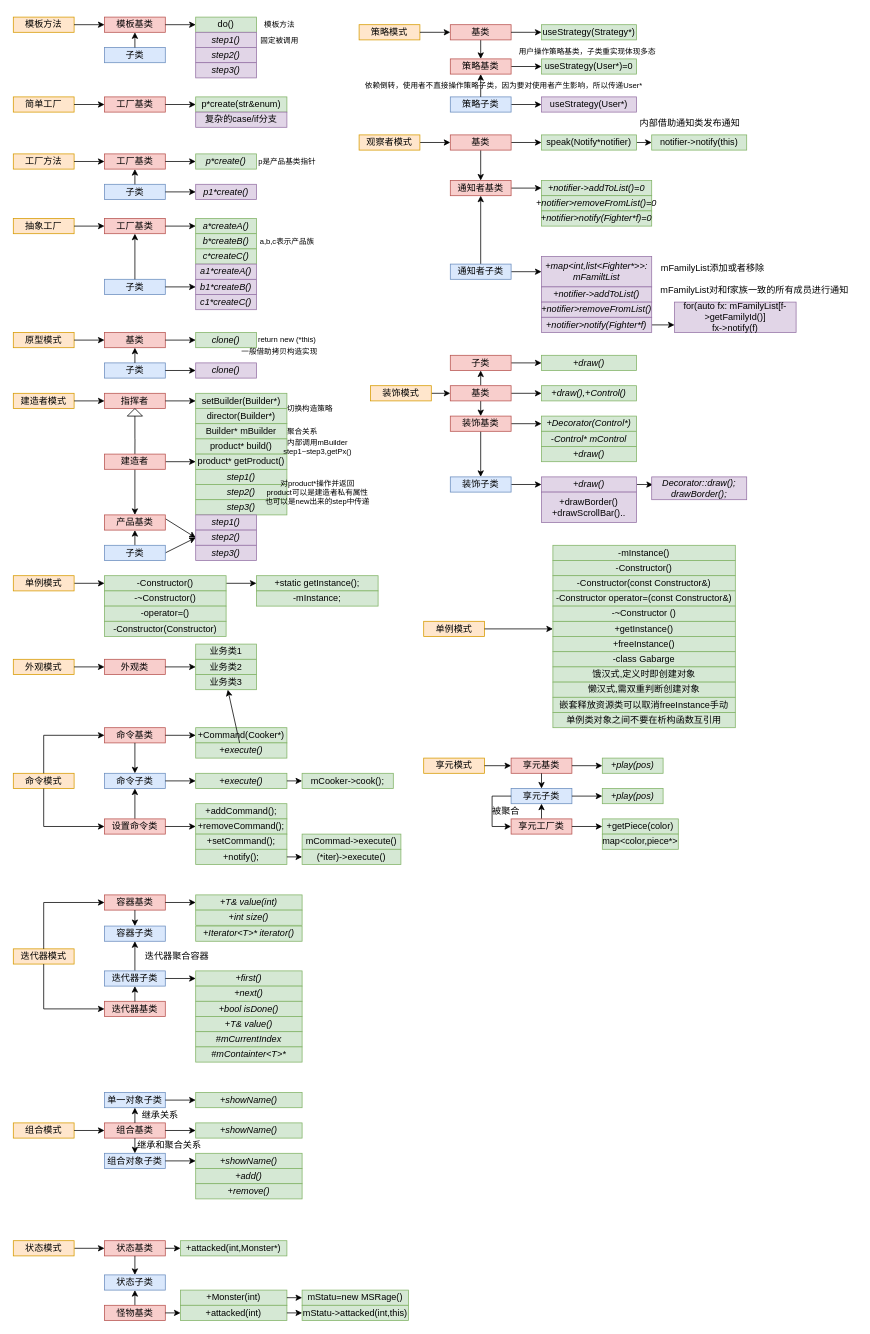
This is designMode.drawio from chenbei97/C--DesignMode, a draw.io file, before an edit. Source tidied: cells renumbered, new cells numbered last; positions are measured from the earlier drawing's top-left corner, leaving out a move shared by most shapes. Both pictures are drawn from the tidied source at 76%, with x=0, y=0 at pixel (13, 13).
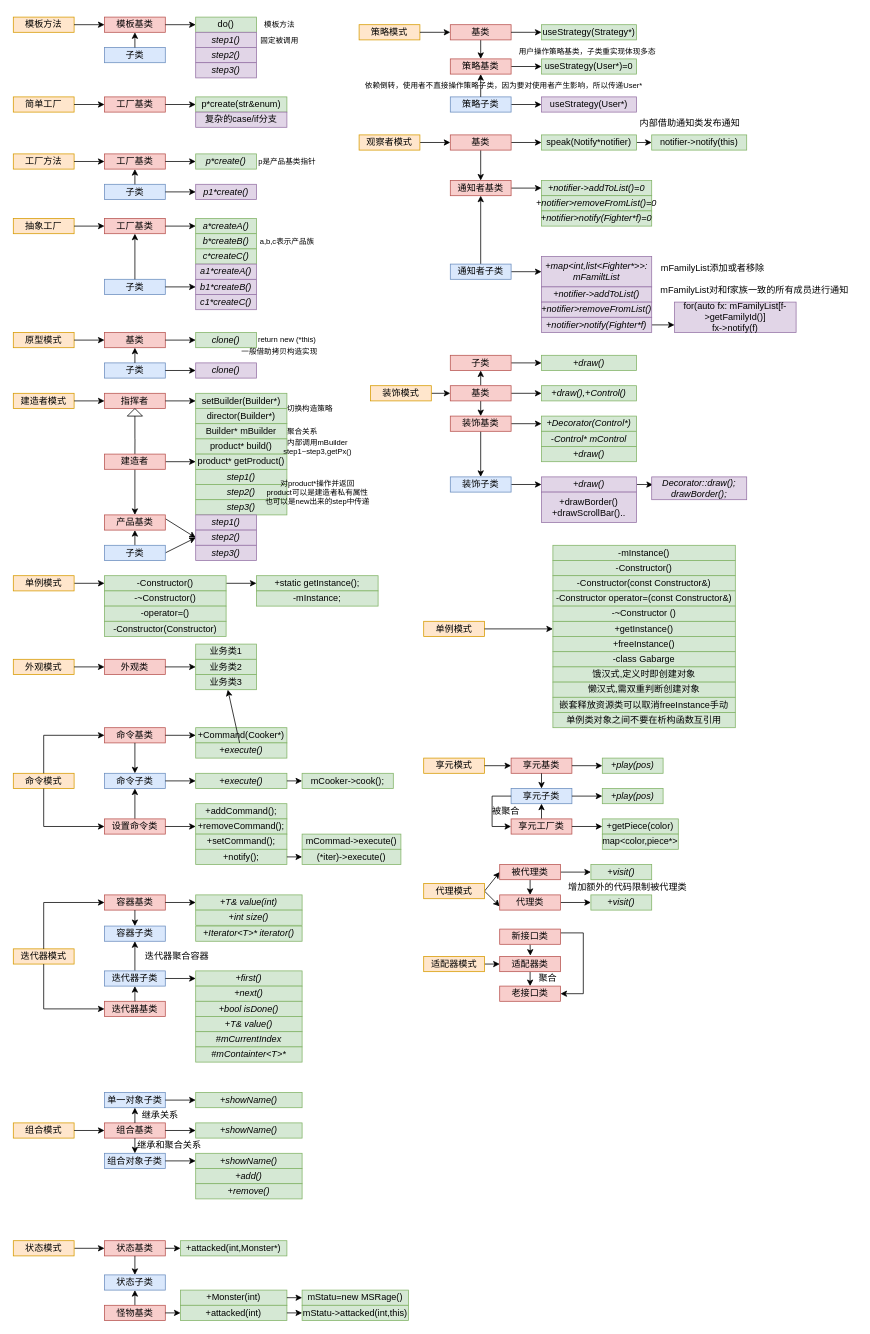
After the change.

What changed in the source:
```diff
@@
+    <mxCell id="285" style="edgeStyle=none;html=1;exitX=1;exitY=0.5;exitDx=0;exitDy=0;entryX=0;entryY=0.5;entryDx=0;entryDy=0;" parent="1" edge="1" source="287" target="290">
+      <mxGeometry relative="1" as="geometry" />
+    </mxCell>
+    <mxCell id="286" style="edgeStyle=none;html=1;exitX=1;exitY=0.5;exitDx=0;exitDy=0;entryX=0;entryY=0.75;entryDx=0;entryDy=0;" parent="1" edge="1" source="287" target="292">
+      <mxGeometry relative="1" as="geometry" />
+    </mxCell>
+    <mxCell id="287" value="代理模式" style="whiteSpace=wrap;html=1;fillColor=#ffe6cc;strokeColor=#d79b00;" parent="1" vertex="1">
+      <mxGeometry x="540" y="1145" width="80" height="20" as="geometry" />
+    </mxCell>
+    <mxCell id="288" style="edgeStyle=none;html=1;exitX=0.5;exitY=1;exitDx=0;exitDy=0;" parent="1" edge="1" source="290" target="292">
+      <mxGeometry relative="1" as="geometry" />
+    </mxCell>
+    <mxCell id="289" style="edgeStyle=none;html=1;exitX=1;exitY=0.5;exitDx=0;exitDy=0;entryX=0;entryY=0.5;entryDx=0;entryDy=0;" parent="1" edge="1" source="290" target="293">
+      <mxGeometry relative="1" as="geometry" />
+    </mxCell>
+    <mxCell id="290" value="被代理类" style="whiteSpace=wrap;html=1;fillColor=#f8cecc;strokeColor=#b85450;" parent="1" vertex="1">
+      <mxGeometry x="640" y="1120" width="80" height="20" as="geometry" />
+    </mxCell>
+    <mxCell id="291" style="edgeStyle=none;html=1;exitX=1;exitY=0.5;exitDx=0;exitDy=0;entryX=0;entryY=0.5;entryDx=0;entryDy=0;" parent="1" edge="1" source="292" target="294">
+      <mxGeometry relative="1" as="geometry" />
+    </mxCell>
+    <mxCell id="292" value="代理类" style="whiteSpace=wrap;html=1;fillColor=#f8cecc;strokeColor=#b85450;" parent="1" vertex="1">
+      <mxGeometry x="640" y="1160" width="80" height="20" as="geometry" />
+    </mxCell>
+    <mxCell id="293" value="&lt;i&gt;+visit()&lt;/i&gt;" style="whiteSpace=wrap;html=1;fillColor=#d5e8d4;strokeColor=#82b366;" parent="1" vertex="1">
+      <mxGeometry x="760" y="1120" width="80" height="20" as="geometry" />
+    </mxCell>
+    <mxCell id="294" value="&lt;i&gt;+visit()&lt;/i&gt;" style="whiteSpace=wrap;html=1;fillColor=#d5e8d4;strokeColor=#82b366;" parent="1" vertex="1">
+      <mxGeometry x="760" y="1160" width="80" height="20" as="geometry" />
+    </mxCell>
+    <mxCell id="295" value="增加额外的代码限制被代理类" style="text;html=1;align=center;verticalAlign=middle;strokeColor=none;fillColor=none;" parent="1" vertex="1">
+      <mxGeometry x="720" y="1135" width="175" height="30" as="geometry" />
+    </mxCell>
+    <mxCell id="296" style="edgeStyle=none;html=1;exitX=1;exitY=0.5;exitDx=0;exitDy=0;" parent="1" edge="1" source="297" target="302">
+      <mxGeometry relative="1" as="geometry" />
+    </mxCell>
+    <mxCell id="297" value="适配器模式" style="whiteSpace=wrap;html=1;fillColor=#ffe6cc;strokeColor=#d79b00;" parent="1" vertex="1">
+      <mxGeometry x="540" y="1241" width="80" height="20" as="geometry" />
+    </mxCell>
+    <mxCell id="298" style="edgeStyle=none;html=1;exitX=0.5;exitY=1;exitDx=0;exitDy=0;" parent="1" edge="1" source="300">
+      <mxGeometry relative="1" as="geometry">
+        <mxPoint x="680.3" y="1240" as="targetPoint" />
+      </mxGeometry>
+    </mxCell>
+    <mxCell id="299" style="edgeStyle=orthogonalEdgeStyle;html=1;exitX=1;exitY=0.25;exitDx=0;exitDy=0;rounded=0;entryX=1;entryY=0.5;entryDx=0;entryDy=0;" parent="1" edge="1" source="300" target="303">
+      <mxGeometry relative="1" as="geometry">
+        <Array as="points">
+          <mxPoint x="750" y="1210" />
+          <mxPoint x="750" y="1290" />
+        </Array>
+      </mxGeometry>
+    </mxCell>
+    <mxCell id="300" value="新接口类" style="whiteSpace=wrap;html=1;fillColor=#f8cecc;strokeColor=#b85450;" parent="1" vertex="1">
+      <mxGeometry x="640" y="1205" width="80" height="20" as="geometry" />
+    </mxCell>
+    <mxCell id="301" style="edgeStyle=none;html=1;exitX=0.5;exitY=1;exitDx=0;exitDy=0;entryX=0.5;entryY=0;entryDx=0;entryDy=0;" parent="1" edge="1" source="302" target="303">
+      <mxGeometry relative="1" as="geometry" />
+    </mxCell>
+    <mxCell id="302" value="适配器类" style="whiteSpace=wrap;html=1;fillColor=#f8cecc;strokeColor=#b85450;" parent="1" vertex="1">
+      <mxGeometry x="640" y="1241" width="80" height="20" as="geometry" />
+    </mxCell>
+    <mxCell id="303" value="老接口类" style="whiteSpace=wrap;html=1;fillColor=#f8cecc;strokeColor=#b85450;" parent="1" vertex="1">
+      <mxGeometry x="640" y="1280" width="80" height="20" as="geometry" />
+    </mxCell>
+    <mxCell id="304" value="聚合" style="text;html=1;align=center;verticalAlign=middle;strokeColor=none;fillColor=none;" parent="1" vertex="1">
+      <mxGeometry x="680" y="1255" width="45" height="30" as="geometry" />
+    </mxCell>
```
